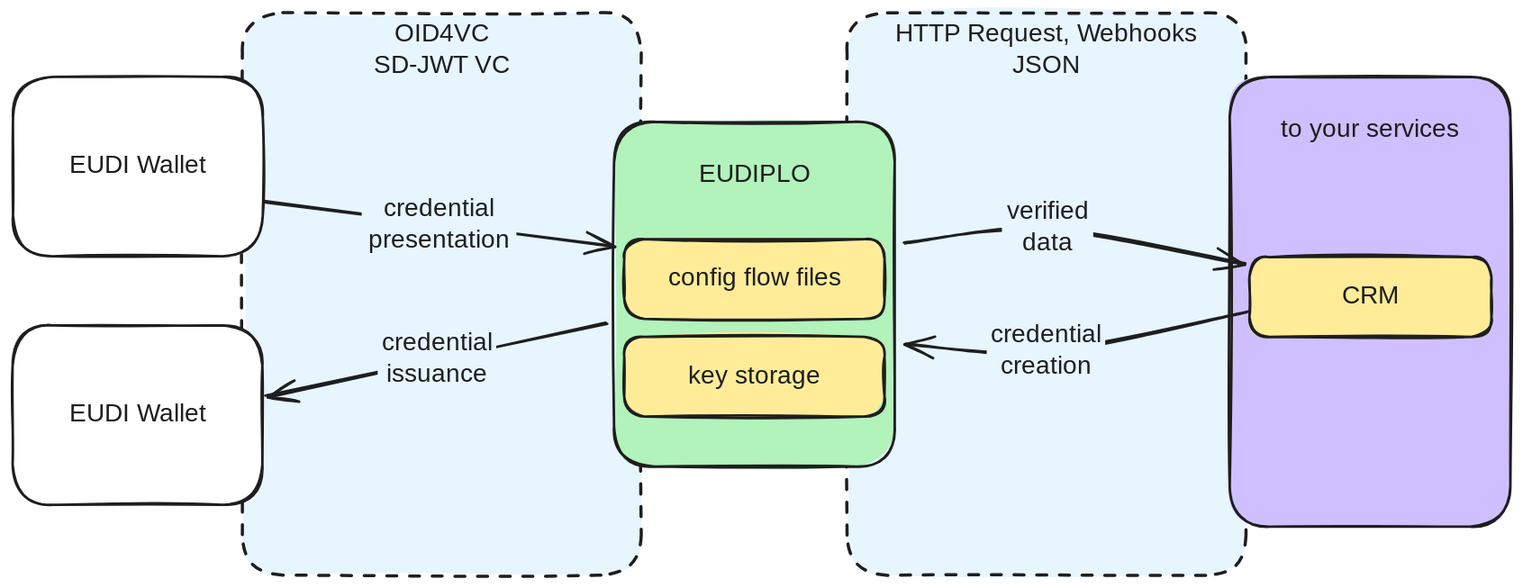
This is docs/overview.excalidraw.svg from openwallet-foundation-labs/eudiplo, a Excalidraw export, as it was before one commit. Source tidied: one line per element, renumbered; positions are measured from the earlier drawing's top-left corner, leaving out a move shared by most shapes. The source it was exported from:
```json
{"id": 0, "type": "rectangle", "strokeColor": "#1e1e1e", "backgroundColor": "#e7f5ff", "fillStyle": "solid", "strokeWidth": 2, "strokeStyle": "dashed", "roughness": 1, "round": true, "x": 662, "y": 0, "width": 316, "height": 446}
{"id": 1, "type": "text", "text": "HTTP Request, Webhooks\nJSON", "strokeColor": "#1e1e1e", "backgroundColor": "#ffec99", "fillStyle": "solid", "strokeWidth": 2, "roughness": 1, "fontSize": 20, "fontFamily": 5, "textAlign": "center", "inside": 0, "x": 693, "y": 5, "width": 255, "height": 50}
{"id": 2, "type": "rectangle", "strokeColor": "#1e1e1e", "backgroundColor": "#e7f5ff", "fillStyle": "solid", "strokeWidth": 2, "strokeStyle": "dashed", "roughness": 1, "round": true, "x": 182, "y": 0, "width": 316, "height": 446}
{"id": 3, "type": "text", "text": "OID4VC\nSD-JWT VC", "strokeColor": "#1e1e1e", "backgroundColor": "#ffec99", "fillStyle": "solid", "strokeWidth": 2, "roughness": 1, "fontSize": 20, "fontFamily": 5, "textAlign": "center", "inside": 2, "x": 284, "y": 5, "width": 113, "height": 50}
{"id": 4, "type": "rectangle", "strokeColor": "#1e1e1e", "backgroundColor": "#ffffff", "fillStyle": "solid", "strokeWidth": 2, "roughness": 1, "round": true, "x": 0, "y": 51, "width": 198, "height": 142}
{"id": 5, "type": "text", "text": "EUDI Wallet", "strokeColor": "#1e1e1e", "strokeWidth": 2, "roughness": 1, "fontSize": 20, "fontFamily": 5, "textAlign": "center", "verticalAlign": "middle", "inside": 4, "x": 39, "y": 110, "width": 120, "height": 25}
{"id": 6, "type": "rectangle", "strokeColor": "#1e1e1e", "backgroundColor": "#d0bfff", "fillStyle": "solid", "strokeWidth": 2, "roughness": 1, "round": true, "x": 965, "y": 51, "width": 223, "height": 357}
{"id": 7, "type": "text", "text": "\nto your services", "strokeColor": "#1e1e1e", "strokeWidth": 2, "roughness": 1, "fontSize": 20, "fontFamily": 5, "textAlign": "center", "inside": 6, "x": 998, "y": 56, "width": 158, "height": 50}
{"id": 8, "type": "rectangle", "strokeColor": "#1e1e1e", "backgroundColor": "#b2f2bb", "fillStyle": "solid", "strokeWidth": 2, "roughness": 1, "round": true, "x": 477, "y": 87, "width": 223, "height": 273}
{"id": 9, "type": "text", "text": "\nEUDIPLO", "strokeColor": "#1e1e1e", "strokeWidth": 2, "roughness": 1, "fontSize": 20, "fontFamily": 5, "textAlign": "center", "inside": 8, "x": 541, "y": 92, "width": 96, "height": 50}
{"id": 10, "type": "arrow", "strokeColor": "#1e1e1e", "strokeWidth": 2, "roughness": 1, "endArrowhead": "arrow", "round": true, "from": 4, "to": 8, "x": 200, "y": 151, "width": 276, "height": 35, "points": [[0, 0], [276, 35]]}
{"id": 11, "type": "text", "text": "credential\npresentation", "strokeColor": "#1e1e1e", "strokeWidth": 2, "roughness": 1, "fontSize": 20, "fontFamily": 5, "textAlign": "center", "verticalAlign": "middle", "inside": 10, "x": 304, "y": 95, "width": 123, "height": 50}
{"id": 12, "type": "rectangle", "strokeColor": "#1e1e1e", "backgroundColor": "#ffec99", "fillStyle": "solid", "strokeWidth": 2, "roughness": 1, "round": true, "x": 485, "y": 180, "width": 206, "height": 63}
{"id": 13, "type": "text", "text": "config flow files", "strokeColor": "#1e1e1e", "backgroundColor": "#b2f2bb", "fillStyle": "solid", "strokeWidth": 2, "roughness": 1, "fontSize": 20, "fontFamily": 5, "textAlign": "center", "verticalAlign": "middle", "inside": 12, "x": 510, "y": 199, "width": 156, "height": 25}
{"id": 14, "type": "rectangle", "strokeColor": "#1e1e1e", "backgroundColor": "#ffffff", "fillStyle": "solid", "strokeWidth": 2, "roughness": 1, "round": true, "x": 0, "y": 248, "width": 198, "height": 142}
{"id": 15, "type": "text", "text": "EUDI Wallet", "strokeColor": "#1e1e1e", "strokeWidth": 2, "roughness": 1, "fontSize": 20, "fontFamily": 5, "textAlign": "center", "verticalAlign": "middle", "inside": 14, "x": 39, "y": 307, "width": 120, "height": 25}
{"id": 16, "type": "arrow", "strokeColor": "#1e1e1e", "backgroundColor": "#ffec99", "fillStyle": "solid", "strokeWidth": 2, "roughness": 1, "endArrowhead": "arrow", "round": true, "from": 8, "to": 14, "x": 472, "y": 247, "width": 270, "height": 57, "points": [[0, 0], [-270, 57]]}
{"id": 17, "type": "text", "text": "credential\nissuance", "strokeColor": "#1e1e1e", "backgroundColor": "#ffec99", "fillStyle": "solid", "strokeWidth": 2, "roughness": 1, "fontSize": 20, "fontFamily": 5, "textAlign": "center", "verticalAlign": "middle", "inside": 16, "x": 317, "y": 208, "width": 94, "height": 50}
{"id": 18, "type": "rectangle", "strokeColor": "#1e1e1e", "backgroundColor": "#ffec99", "fillStyle": "solid", "strokeWidth": 2, "roughness": 1, "round": true, "x": 485, "y": 257, "width": 206, "height": 63}
{"id": 19, "type": "text", "text": "key storage", "strokeColor": "#1e1e1e", "backgroundColor": "#b2f2bb", "fillStyle": "solid", "strokeWidth": 2, "roughness": 1, "fontSize": 20, "fontFamily": 5, "textAlign": "center", "verticalAlign": "middle", "inside": 18, "x": 531, "y": 276, "width": 115, "height": 25}
{"id": 20, "type": "rectangle", "strokeColor": "#1e1e1e", "backgroundColor": "#ffec99", "fillStyle": "solid", "strokeWidth": 2, "roughness": 1, "round": true, "x": 981, "y": 194, "width": 192, "height": 63}
{"id": 21, "type": "text", "text": "CRM", "strokeColor": "#1e1e1e", "backgroundColor": "#b2f2bb", "fillStyle": "solid", "strokeWidth": 2, "roughness": 1, "fontSize": 20, "fontFamily": 5, "textAlign": "center", "verticalAlign": "middle", "inside": 20, "x": 1056, "y": 213, "width": 43, "height": 25}
{"id": 22, "type": "arrow", "strokeColor": "#1e1e1e", "backgroundColor": "#ffec99", "fillStyle": "solid", "strokeWidth": 2, "roughness": 1, "endArrowhead": "arrow", "round": true, "from": 12, "to": 20, "x": 707, "y": 182, "width": 270, "height": 28, "points": [[0, 0], [114, -11], [270, 17]]}
{"id": 23, "type": "text", "text": "verified\ndata", "strokeColor": "#1e1e1e", "backgroundColor": "#ffec99", "fillStyle": "solid", "strokeWidth": 2, "roughness": 1, "fontSize": 20, "fontFamily": 5, "textAlign": "center", "verticalAlign": "middle", "inside": 22, "x": 782, "y": 164, "width": 72, "height": 50}
{"id": 24, "type": "arrow", "strokeColor": "#1e1e1e", "backgroundColor": "#ffec99", "fillStyle": "solid", "strokeWidth": 2, "roughness": 1, "endArrowhead": "arrow", "round": true, "from": 20, "to": 8, "x": 980, "y": 237, "width": 271, "height": 31, "points": [[0, 0], [-160, 31], [-271, 26]]}
{"id": 25, "type": "text", "text": "credential\ncreation", "strokeColor": "#1e1e1e", "backgroundColor": "#ffec99", "fillStyle": "solid", "strokeWidth": 2, "roughness": 1, "fontSize": 20, "fontFamily": 5, "textAlign": "center", "verticalAlign": "middle", "inside": 24, "x": 793, "y": 248, "width": 94, "height": 50}
```
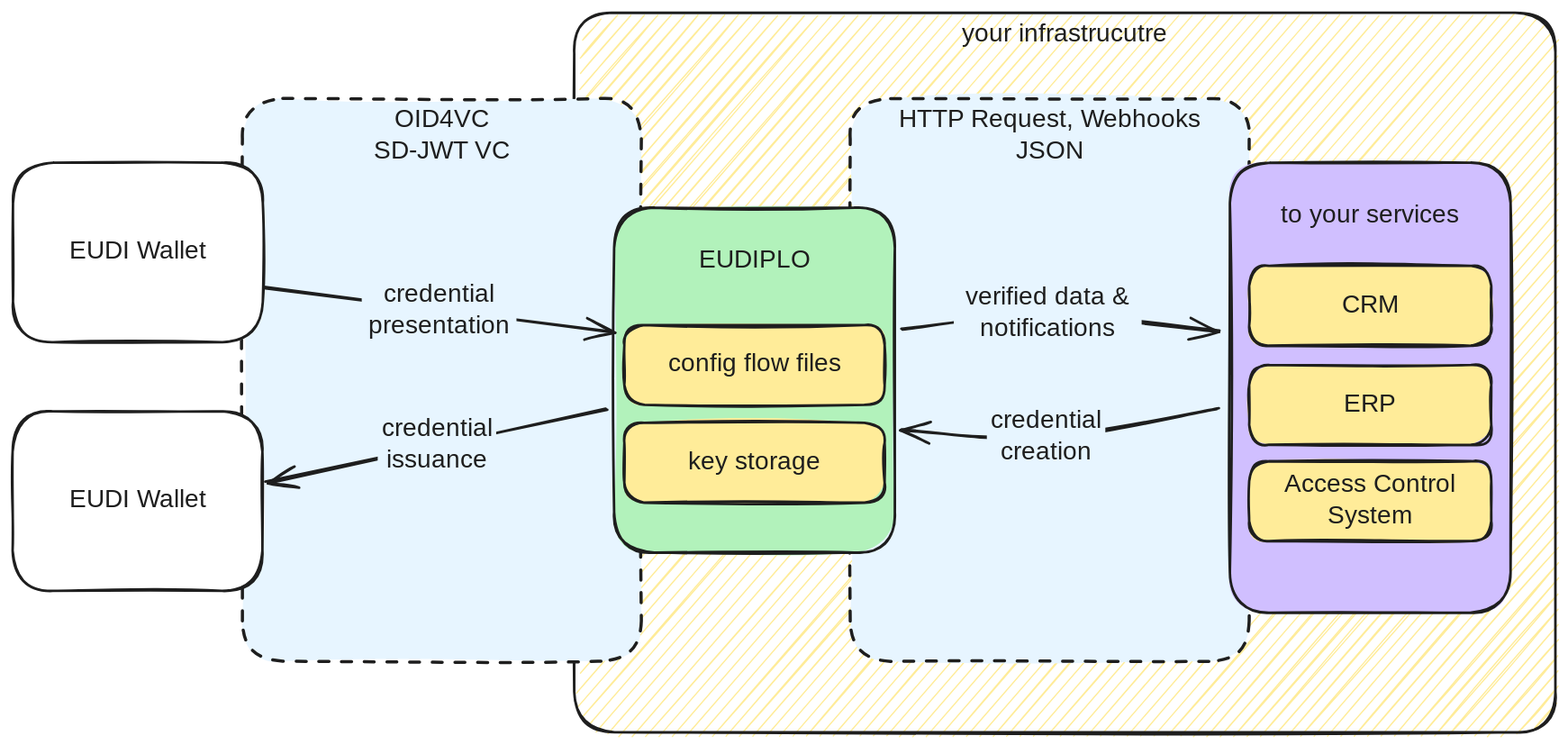
After the commit.

The edit, as a diff of the source:
```diff
@@ -1,5 +1,7 @@
+{"id": 26, "type": "rectangle", "strokeColor": "#1e1e1e", "backgroundColor": "#ffec99", "fillStyle": "hachure", "strokeWidth": 2, "roughness": 1, "round": true, "x": 445, "y": -68, "width": 778, "height": 571}
+{"id": 27, "type": "text", "text": "your infrastrucutre", "strokeColor": "#1e1e1e", "strokeWidth": 2, "roughness": 1, "fontSize": 20, "fontFamily": 5, "textAlign": "center", "inside": 26, "x": 742, "y": -63, "width": 186, "height": 25}
-{"id": 0, "type": "rectangle", "strokeColor": "#1e1e1e", "backgroundColor": "#e7f5ff", "fillStyle": "solid", "strokeWidth": 2, "strokeStyle": "dashed", "roughness": 1, "round": true, "x": 662, "y": 0, "width": 316, "height": 446}
+{"id": 0, "type": "rectangle", "strokeColor": "#1e1e1e", "backgroundColor": "#e7f5ff", "fillStyle": "solid", "strokeWidth": 2, "strokeStyle": "dashed", "roughness": 1, "round": true, "x": 664, "y": 0, "width": 316, "height": 446}
-{"id": 1, "type": "text", "text": "HTTP Request, Webhooks\nJSON", "strokeColor": "#1e1e1e", "backgroundColor": "#ffec99", "fillStyle": "solid", "strokeWidth": 2, "roughness": 1, "fontSize": 20, "fontFamily": 5, "textAlign": "center", "inside": 0, "x": 693, "y": 5, "width": 255, "height": 50}
+{"id": 1, "type": "text", "text": "HTTP Request, Webhooks\nJSON", "strokeColor": "#1e1e1e", "backgroundColor": "#ffec99", "fillStyle": "solid", "strokeWidth": 2, "roughness": 1, "fontSize": 20, "fontFamily": 5, "textAlign": "center", "inside": 0, "x": 695, "y": 5, "width": 255, "height": 50}
 {"id": 2, "type": "rectangle", "strokeColor": "#1e1e1e", "backgroundColor": "#e7f5ff", "fillStyle": "solid", "strokeWidth": 2, "strokeStyle": "dashed", "roughness": 1, "round": true, "x": 182, "y": 0, "width": 316, "height": 446}
 {"id": 3, "type": "text", "text": "OID4VC\nSD-JWT VC", "strokeColor": "#1e1e1e", "backgroundColor": "#ffec99", "fillStyle": "solid", "strokeWidth": 2, "roughness": 1, "fontSize": 20, "fontFamily": 5, "textAlign": "center", "inside": 2, "x": 284, "y": 5, "width": 113, "height": 50}
 {"id": 4, "type": "rectangle", "strokeColor": "#1e1e1e", "backgroundColor": "#ffffff", "fillStyle": "solid", "strokeWidth": 2, "roughness": 1, "round": true, "x": 0, "y": 51, "width": 198, "height": 142}
@@ -18,9 +20,13 @@
 {"id": 17, "type": "text", "text": "credential\nissuance", "strokeColor": "#1e1e1e", "backgroundColor": "#ffec99", "fillStyle": "solid", "strokeWidth": 2, "roughness": 1, "fontSize": 20, "fontFamily": 5, "textAlign": "center", "verticalAlign": "middle", "inside": 16, "x": 317, "y": 208, "width": 94, "height": 50}
 {"id": 18, "type": "rectangle", "strokeColor": "#1e1e1e", "backgroundColor": "#ffec99", "fillStyle": "solid", "strokeWidth": 2, "roughness": 1, "round": true, "x": 485, "y": 257, "width": 206, "height": 63}
 {"id": 19, "type": "text", "text": "key storage", "strokeColor": "#1e1e1e", "backgroundColor": "#b2f2bb", "fillStyle": "solid", "strokeWidth": 2, "roughness": 1, "fontSize": 20, "fontFamily": 5, "textAlign": "center", "verticalAlign": "middle", "inside": 18, "x": 531, "y": 276, "width": 115, "height": 25}
-{"id": 20, "type": "rectangle", "strokeColor": "#1e1e1e", "backgroundColor": "#ffec99", "fillStyle": "solid", "strokeWidth": 2, "roughness": 1, "round": true, "x": 981, "y": 194, "width": 192, "height": 63}
+{"id": 20, "type": "rectangle", "strokeColor": "#1e1e1e", "backgroundColor": "#ffec99", "fillStyle": "solid", "strokeWidth": 2, "roughness": 1, "round": true, "x": 981, "y": 133, "width": 192, "height": 63}
-{"id": 21, "type": "text", "text": "CRM", "strokeColor": "#1e1e1e", "backgroundColor": "#b2f2bb", "fillStyle": "solid", "strokeWidth": 2, "roughness": 1, "fontSize": 20, "fontFamily": 5, "textAlign": "center", "verticalAlign": "middle", "inside": 20, "x": 1056, "y": 213, "width": 43, "height": 25}
+{"id": 21, "type": "text", "text": "CRM", "strokeColor": "#1e1e1e", "backgroundColor": "#b2f2bb", "fillStyle": "solid", "strokeWidth": 2, "roughness": 1, "fontSize": 20, "fontFamily": 5, "textAlign": "center", "verticalAlign": "middle", "inside": 20, "x": 1056, "y": 152, "width": 43, "height": 25}
-{"id": 22, "type": "arrow", "strokeColor": "#1e1e1e", "backgroundColor": "#ffec99", "fillStyle": "solid", "strokeWidth": 2, "roughness": 1, "endArrowhead": "arrow", "round": true, "from": 12, "to": 20, "x": 707, "y": 182, "width": 270, "height": 28, "points": [[0, 0], [114, -11], [270, 17]]}
+{"id": 22, "type": "arrow", "strokeColor": "#1e1e1e", "backgroundColor": "#ffec99", "fillStyle": "solid", "strokeWidth": 2, "roughness": 1, "endArrowhead": "arrow", "round": true, "from": 12, "to": 6, "x": 705, "y": 183, "width": 252, "height": 13, "points": [[0, 0], [116, -12], [252, 2]]}
-{"id": 23, "type": "text", "text": "verified\ndata", "strokeColor": "#1e1e1e", "backgroundColor": "#ffec99", "fillStyle": "solid", "strokeWidth": 2, "roughness": 1, "fontSize": 20, "fontFamily": 5, "textAlign": "center", "verticalAlign": "middle", "inside": 22, "x": 782, "y": 164, "width": 72, "height": 50}
+{"id": 23, "type": "text", "text": "verified data &\nnotifications", "strokeColor": "#1e1e1e", "backgroundColor": "#ffec99", "fillStyle": "solid", "strokeWidth": 2, "roughness": 1, "fontSize": 20, "fontFamily": 5, "textAlign": "center", "verticalAlign": "middle", "inside": 22, "x": 747, "y": 146, "width": 149, "height": 50}
-{"id": 24, "type": "arrow", "strokeColor": "#1e1e1e", "backgroundColor": "#ffec99", "fillStyle": "solid", "strokeWidth": 2, "roughness": 1, "endArrowhead": "arrow", "round": true, "from": 20, "to": 8, "x": 980, "y": 237, "width": 271, "height": 31, "points": [[0, 0], [-160, 31], [-271, 26]]}
+{"id": 24, "type": "arrow", "strokeColor": "#1e1e1e", "backgroundColor": "#ffec99", "fillStyle": "solid", "strokeWidth": 2, "roughness": 1, "endArrowhead": "arrow", "round": true, "from": 6, "to": 18, "x": 956, "y": 246, "width": 251, "height": 23, "points": [[0, 0], [-137, 23], [-251, 18]]}
-{"id": 25, "type": "text", "text": "credential\ncreation", "strokeColor": "#1e1e1e", "backgroundColor": "#ffec99", "fillStyle": "solid", "strokeWidth": 2, "roughness": 1, "fontSize": 20, "fontFamily": 5, "textAlign": "center", "verticalAlign": "middle", "inside": 24, "x": 793, "y": 248, "width": 94, "height": 50}
+{"id": 25, "type": "text", "text": "credential\ncreation", "strokeColor": "#1e1e1e", "backgroundColor": "#ffec99", "fillStyle": "solid", "strokeWidth": 2, "roughness": 1, "fontSize": 20, "fontFamily": 5, "textAlign": "center", "verticalAlign": "middle", "inside": 24, "x": 773, "y": 244, "width": 94, "height": 50}
+{"id": 28, "type": "rectangle", "strokeColor": "#1e1e1e", "backgroundColor": "#ffec99", "fillStyle": "solid", "strokeWidth": 2, "roughness": 1, "round": true, "x": 981, "y": 211, "width": 192, "height": 63}
+{"id": 29, "type": "text", "text": "ERP", "strokeColor": "#1e1e1e", "backgroundColor": "#b2f2bb", "fillStyle": "solid", "strokeWidth": 2, "roughness": 1, "fontSize": 20, "fontFamily": 5, "textAlign": "center", "verticalAlign": "middle", "inside": 28, "x": 1055, "y": 230, "width": 43, "height": 25}
+{"id": 30, "type": "rectangle", "strokeColor": "#1e1e1e", "backgroundColor": "#ffec99", "fillStyle": "solid", "strokeWidth": 2, "roughness": 1, "round": true, "x": 981, "y": 288, "width": 192, "height": 63}
+{"id": 31, "type": "text", "text": "Access Control\nSystem", "strokeColor": "#1e1e1e", "backgroundColor": "#b2f2bb", "fillStyle": "solid", "strokeWidth": 2, "roughness": 1, "fontSize": 20, "fontFamily": 5, "textAlign": "center", "verticalAlign": "middle", "inside": 30, "x": 1004, "y": 294, "width": 145, "height": 50}
```
